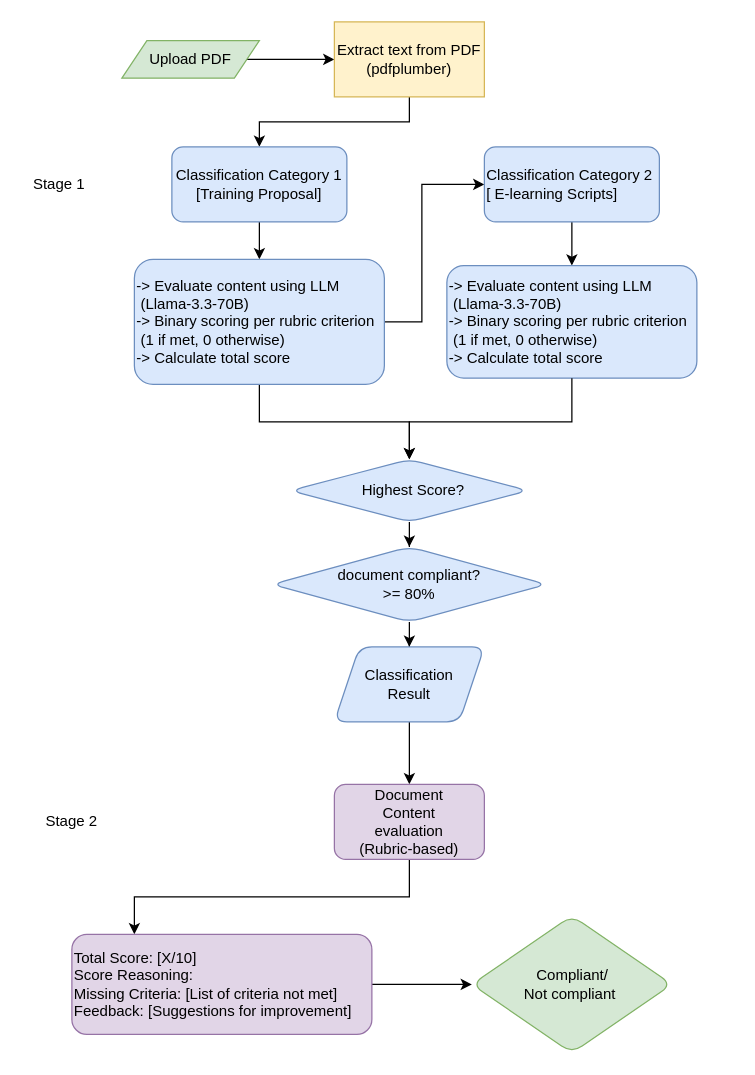
The draw.io diagram Untitled Diagram.drawio in sakshikarande26/breakfreeAI, before the edit. Source tidied: cells renumbered, new cells numbered last; positions are measured from the earlier drawing's top-left corner, leaving out a move shared by most shapes. Both pictures are drawn from the tidied source at 125%, with x=0, y=0 at pixel (21, 21).
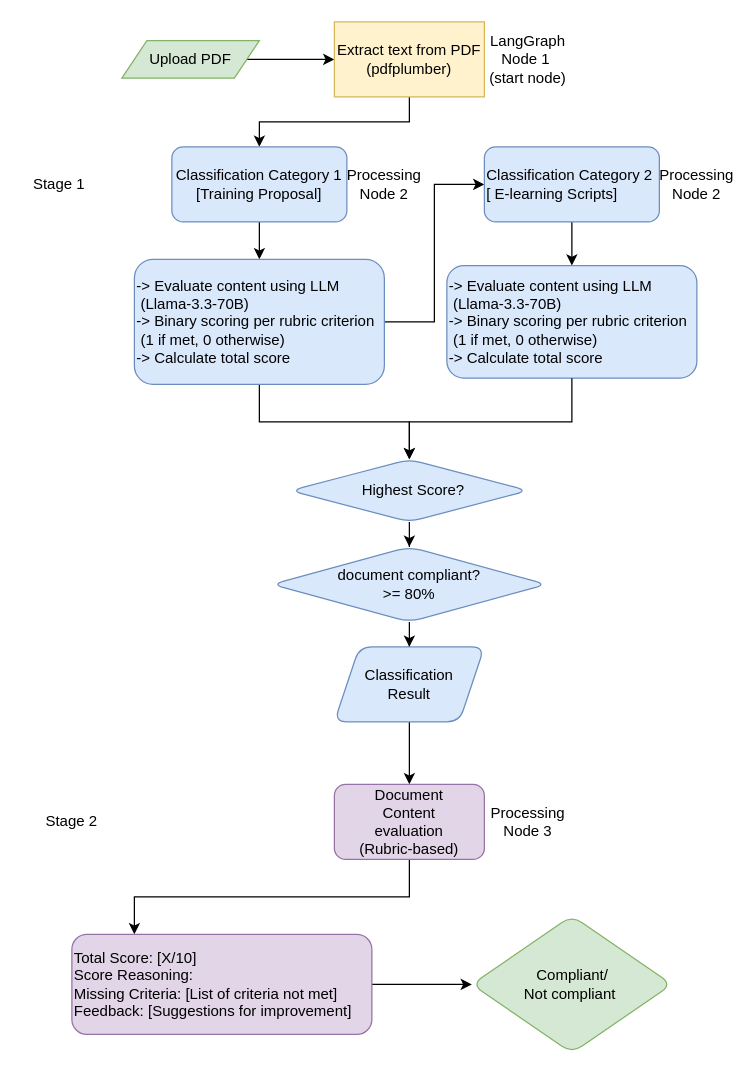
The same diagram, later.

Unchanged cells that the change refers to:
```xml
<mxCell id="10" value="&lt;div style=&quot;text-align: justify;&quot;&gt;-&amp;gt; Evaluate content using LLM&amp;nbsp;&lt;/div&gt;&lt;div style=&quot;text-align: justify;&quot;&gt;&amp;nbsp;(Llama-3.3-70B)&amp;nbsp;&lt;/div&gt;&lt;div style=&quot;text-align: justify;&quot;&gt;-&amp;gt; Binary scoring per rubric criterion&amp;nbsp;&lt;/div&gt;&lt;div style=&quot;text-align: justify;&quot;&gt;&amp;nbsp;(1 if met, 0 otherwise)&amp;nbsp;&lt;/div&gt;&lt;div style=&quot;text-align: justify;&quot;&gt;-&amp;gt; Calculate total score&amp;nbsp;&lt;/div&gt;" style="whiteSpace=wrap;html=1;rounded=1;align=left;fillColor=#dae8fc;strokeColor=#6c8ebf;" parent="1" vertex="1">
  <mxGeometry x="90" y="190" width="200" height="100" as="geometry" />
</mxCell>
<mxCell id="12" value="Classification Category 2&lt;div&gt;[ E-learning Scripts]&lt;/div&gt;" style="whiteSpace=wrap;html=1;align=left;rounded=1;fillColor=#dae8fc;strokeColor=#6c8ebf;" parent="1" vertex="1">
  <mxGeometry x="370" y="100" width="140" height="60" as="geometry" />
</mxCell>
```

Diff of the diagram source:
```diff
@@
     <mxCell id="8" style="edgeStyle=orthogonalEdgeStyle;rounded=0;jettySize=auto;html=1;" parent="1" edge="1" source="10" target="12">
       <mxGeometry relative="1" as="geometry">
         <Array as="points">
-          <mxPoint x="320" y="240" />
-          <mxPoint x="320" y="130" />
+          <mxPoint x="330" y="240" />
+          <mxPoint x="330" y="130" />
         </Array>
       </mxGeometry>
     </mxCell>
@@
+    <mxCell id="28" value="LangGraph Node 1&amp;nbsp;&lt;div&gt;(start node)&lt;/div&gt;" style="text;html=1;align=center;verticalAlign=middle;whiteSpace=wrap;rounded=0;" parent="1" vertex="1">
+      <mxGeometry x="360" y="15" width="90" height="30" as="geometry" />
+    </mxCell>
+    <mxCell id="29" value="Processing Node 2" style="text;html=1;align=center;verticalAlign=middle;whiteSpace=wrap;rounded=0;" parent="1" vertex="1">
+      <mxGeometry x="260" y="115" width="60" height="30" as="geometry" />
+    </mxCell>
+    <mxCell id="30" value="Processing Node 2" style="text;html=1;align=center;verticalAlign=middle;whiteSpace=wrap;rounded=0;" parent="1" vertex="1">
+      <mxGeometry x="510" y="115" width="60" height="30" as="geometry" />
+    </mxCell>
+    <mxCell id="31" value="Processing Node 3" style="text;html=1;align=center;verticalAlign=middle;whiteSpace=wrap;rounded=0;" parent="1" vertex="1">
+      <mxGeometry x="375" y="625" width="60" height="30" as="geometry" />
+    </mxCell>
```
